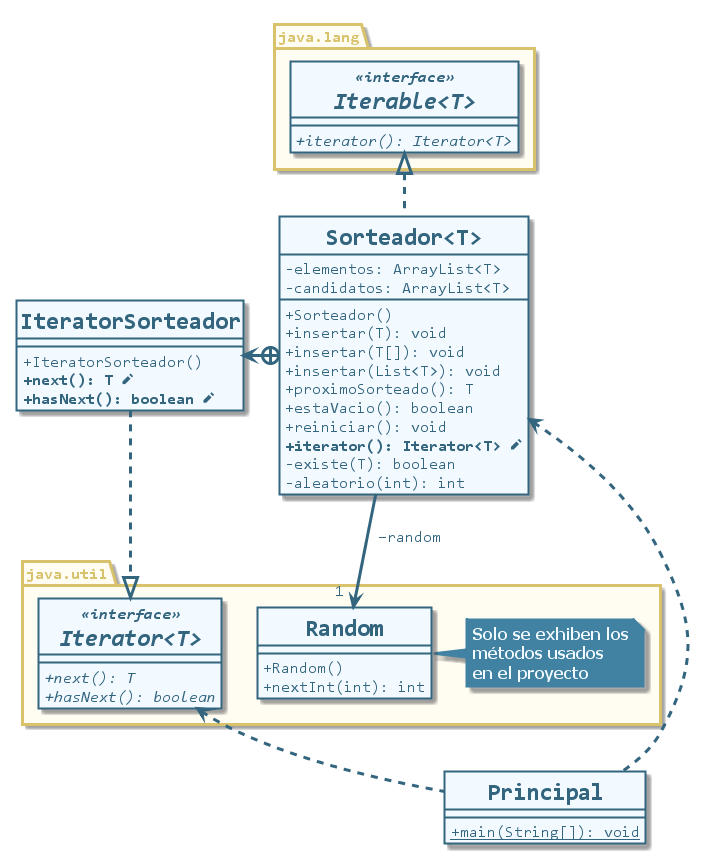
The PlantUML diagram src/uml/clases-iterable-iterator-java.png in CharlyCimino/iterable-iterator-java, before a commit.
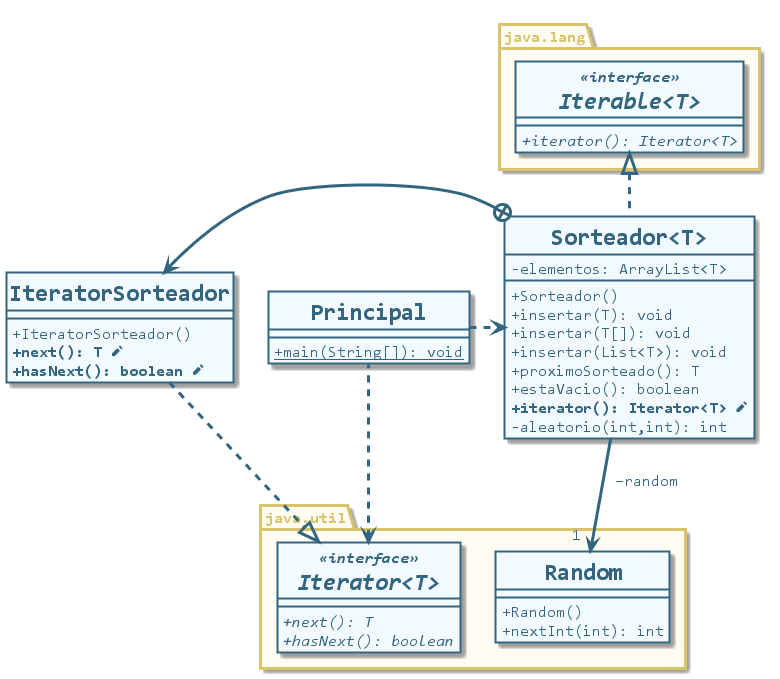
Above is the later version.

Commit message:
Simplificado sorteador

Diff of the diagram source:
```diff
@@ -52,17 +52,14 @@
 
 class Sorteador<T> {
     -elementos: ArrayList<T>
-    -candidatos: ArrayList<T>
     +Sorteador()
     +insertar(T): void
     +insertar(T[]): void
     +insertar(List<T>): void
     +proximoSorteado(): T
     +estaVacio(): boolean
-    +reiniciar(): void
     **+iterator(): Iterator<T> <&pencil>**
-    -existe(T): boolean
-    -aleatorio(int): int
+    -aleatorio(int,int): int
 }
 
 class IteratorSorteador {
@@ -72,7 +69,6 @@
 }
 
 package java.util {
-    note "Solo se exhiben los\nmétodos usados\nen el proyecto" as n1
     class Random {
         + Random()
         + nextInt(int): int
@@ -93,7 +89,6 @@
 IteratorSorteador .down.|> Iterator
 Sorteador +-left-> IteratorSorteador
 Sorteador --> "1 " Random: " −random"
-Principal .up.> Sorteador
-Principal .up.> Iterator
-Random -right- n1
+Principal .right.> Sorteador
+Principal .left.> Iterator
 @enduml
```
